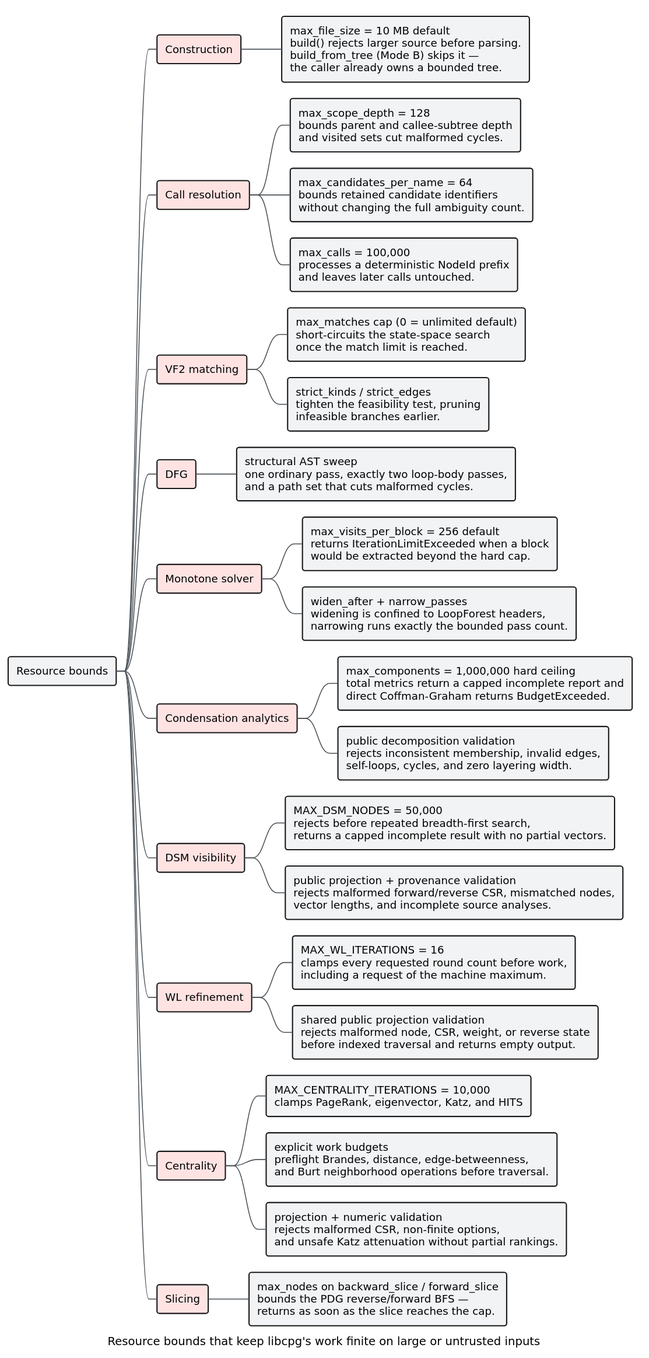
This is docs/diagrams/resource-bounds.svg from vinary-tree/libcpg, a PlantUML export, as it was before one commit. Its source is kept beside it as docs/diagrams/resource-bounds.puml.
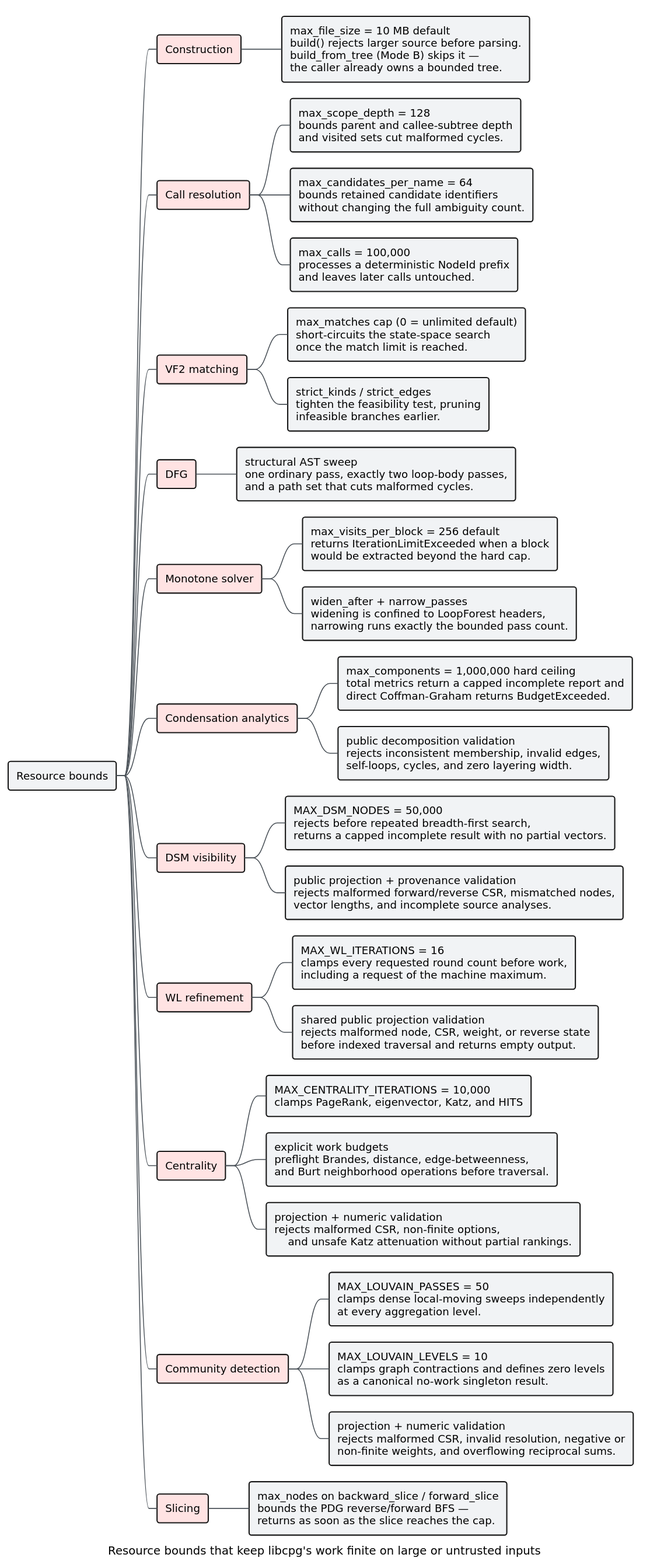
The same file after the commit.

What changed in the source:
```diff
@@ -65,7 +65,17 @@
 and Burt neighborhood operations before traversal.;
 ***[#F1F3F5]:projection + numeric validation
 rejects malformed CSR, non-finite options,
-and unsafe Katz attenuation without partial rankings.;
+    and unsafe Katz attenuation without partial rankings.;
+**[#FFE3E3] Community detection
+***[#F1F3F5]:MAX_LOUVAIN_PASSES = 50
+clamps dense local-moving sweeps independently
+at every aggregation level.;
+***[#F1F3F5]:MAX_LOUVAIN_LEVELS = 10
+clamps graph contractions and defines zero levels
+as a canonical no-work singleton result.;
+***[#F1F3F5]:projection + numeric validation
+rejects malformed CSR, invalid resolution, negative or
+non-finite weights, and overflowing reciprocal sums.;
 **[#FFE3E3] Slicing
 ***[#F1F3F5]:max_nodes on backward_slice / forward_slice
 bounds the PDG reverse/forward BFS —
```
